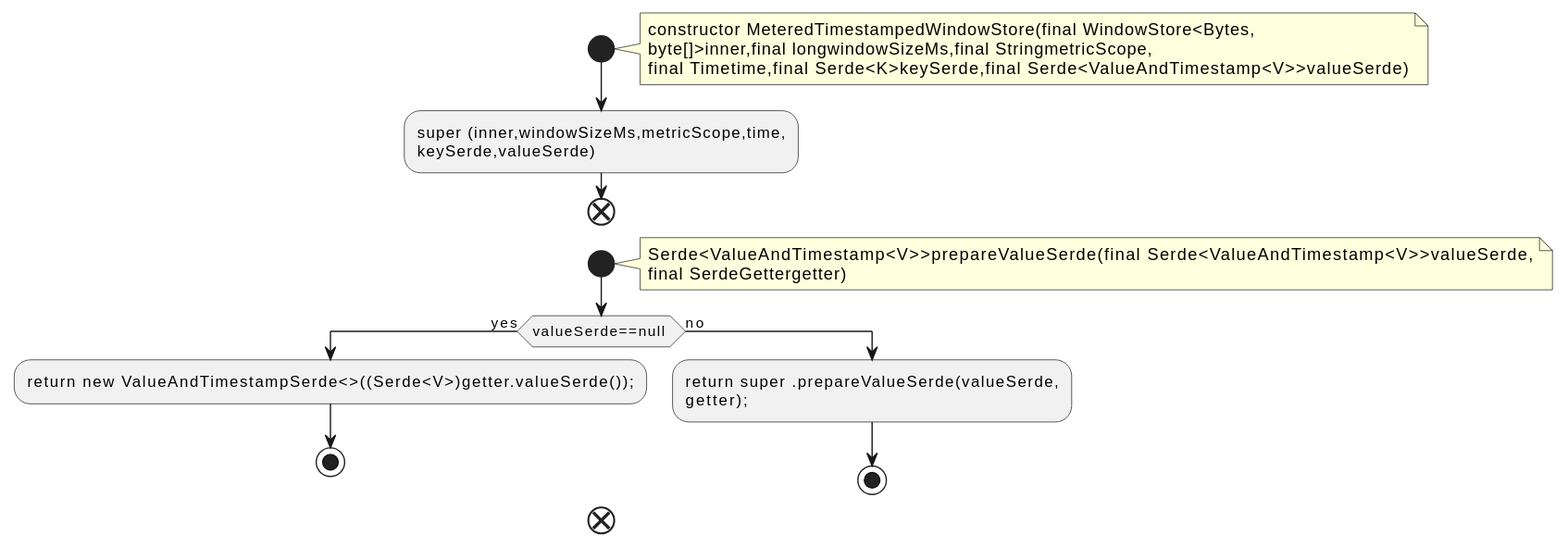
Above: docs/qc/streams/src/main/java/org/apache/kafka/streams/state/internals/MeteredTimestampedWindowStore.java.fct.svg in qualitesys/kafka (PlantUML), before the change.
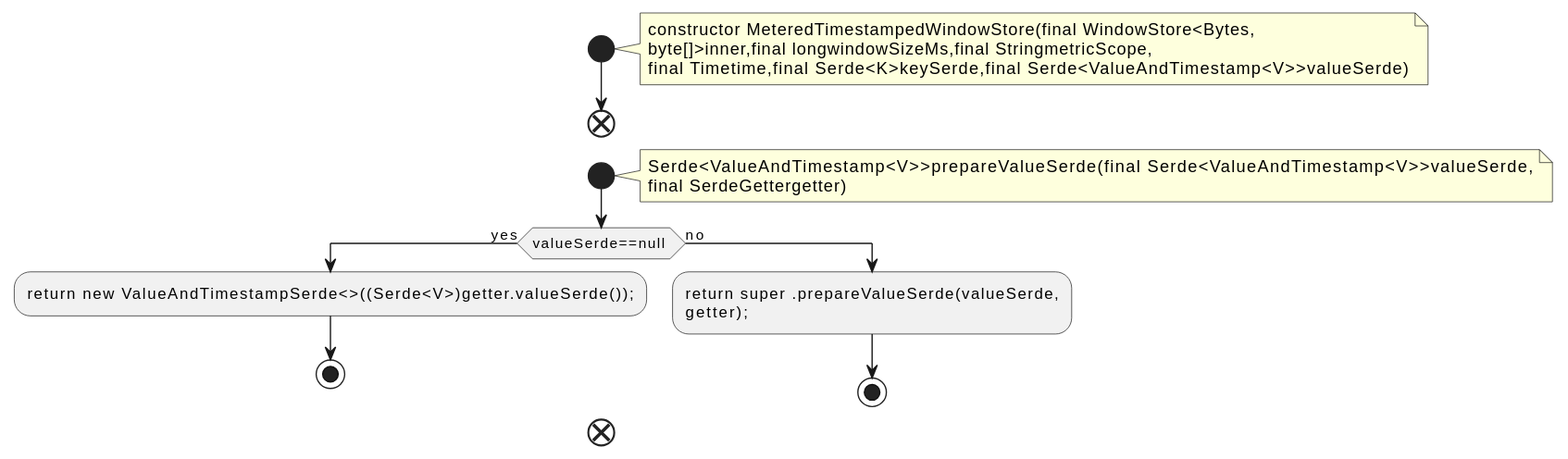
The same file after the commit.

The edit, as a diff of the source:
```diff
@@ -6,8 +6,6 @@
 byte[]>inner,final longwindowSizeMs,final StringmetricScope,
 final Timetime,final Serde<K>keySerde,final Serde<ValueAndTimestamp<V>>valueSerde)
 end note
-:super (inner,windowSizeMs,metricScope,time,
-keySerde,valueSerde);
 end
 start
 note right
```
